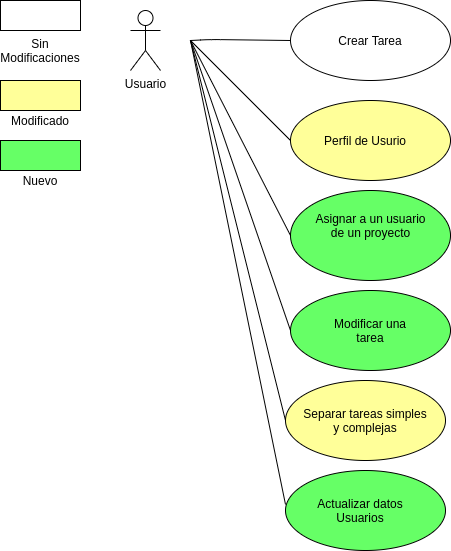
The draw.io diagram imagenes/Entrega2Caso.png in leadiaz/TTIP-TASKMAN-Documentation, before a commit. Source tidied: cells renumbered, new cells last; positions are measured from the earlier drawing's top-left corner, leaving out a move shared by most shapes. Its diagram source:
```xml
<mxGraphModel>
  <root>
    <mxCell id="0" />
    <mxCell id="1" parent="0" />
    <mxCell id="2" value="Usuario" style="shape=umlActor;verticalLabelPosition=bottom;verticalAlign=top;html=1;" parent="1" vertex="1">
      <mxGeometry x="130" y="10" width="30" height="60" as="geometry" />
    </mxCell>
    <mxCell id="3" style="ellipse;whiteSpace=wrap;html=1;fillColor=#FFFFFF;" parent="1" vertex="1">
      <mxGeometry x="290" width="160" height="80" as="geometry" />
    </mxCell>
    <mxCell id="4" style="ellipse;whiteSpace=wrap;html=1;fillColor=#FFFF99;" parent="1" vertex="1">
      <mxGeometry x="290" y="100" width="160" height="80" as="geometry" />
    </mxCell>
    <mxCell id="5" style="rounded=0;whiteSpace=wrap;html=1;strokeColor=#000000;fillColor=#FFFFFF;" parent="1" vertex="1">
      <mxGeometry width="80" height="30" as="geometry" />
    </mxCell>
    <mxCell id="6" style="rounded=0;whiteSpace=wrap;html=1;fillColor=#FFFF99;" parent="1" vertex="1">
      <mxGeometry y="80" width="80" height="30" as="geometry" />
    </mxCell>
    <mxCell id="7" style="rounded=0;whiteSpace=wrap;html=1;fillColor=#66FF66;" parent="1" vertex="1">
      <mxGeometry y="140" width="80" height="30" as="geometry" />
    </mxCell>
    <mxCell id="8" style="endArrow=none;html=1;entryX=0;entryY=0.5;entryDx=0;entryDy=0;" parent="1" edge="1" target="3">
      <mxGeometry relative="1" as="geometry">
        <mxPoint x="190" y="40" as="sourcePoint" />
        <Array as="points">
          <mxPoint x="210" y="39" />
        </Array>
      </mxGeometry>
    </mxCell>
    <mxCell id="9" style="endArrow=none;html=1;entryX=0;entryY=0.5;entryDx=0;entryDy=0;" parent="1" edge="1" target="4">
      <mxGeometry relative="1" as="geometry">
        <mxPoint x="190" y="40" as="sourcePoint" />
      </mxGeometry>
    </mxCell>
    <mxCell id="10" value="Nuevo" style="text;html=1;strokeColor=none;fillColor=none;align=center;verticalAlign=middle;whiteSpace=wrap;rounded=0;" parent="1" vertex="1">
      <mxGeometry x="15" y="170" width="50" height="20" as="geometry" />
    </mxCell>
    <mxCell id="11" value="Modificado" style="text;html=1;strokeColor=none;fillColor=none;align=center;verticalAlign=middle;whiteSpace=wrap;rounded=0;" parent="1" vertex="1">
      <mxGeometry x="20" y="110" width="40" height="20" as="geometry" />
    </mxCell>
    <mxCell id="12" value="Sin Modificaciones" style="text;html=1;strokeColor=none;fillColor=none;align=center;verticalAlign=middle;whiteSpace=wrap;rounded=0;" parent="1" vertex="1">
      <mxGeometry y="40" width="80" height="20" as="geometry" />
    </mxCell>
    <mxCell id="13" style="ellipse;whiteSpace=wrap;html=1;fillColor=#66FF66;" parent="1" vertex="1">
      <mxGeometry x="290" y="290" width="160" height="80" as="geometry" />
    </mxCell>
    <mxCell id="14" style="ellipse;whiteSpace=wrap;html=1;fillColor=#FFFF99;" parent="1" vertex="1">
      <mxGeometry x="285" y="380" width="160" height="80" as="geometry" />
    </mxCell>
    <mxCell id="15" style="endArrow=none;html=1;entryX=0;entryY=0.5;entryDx=0;entryDy=0;" parent="1" edge="1" target="13">
      <mxGeometry relative="1" as="geometry">
        <mxPoint x="190" y="40" as="sourcePoint" />
      </mxGeometry>
    </mxCell>
    <mxCell id="16" style="endArrow=none;html=1;entryX=0;entryY=0.5;entryDx=0;entryDy=0;" parent="1" edge="1" target="14">
      <mxGeometry relative="1" as="geometry">
        <mxPoint x="190" y="40" as="sourcePoint" />
      </mxGeometry>
    </mxCell>
    <mxCell id="17" value="Crear Tarea" style="text;html=1;strokeColor=none;fillColor=none;align=center;verticalAlign=middle;whiteSpace=wrap;rounded=0;" parent="1" vertex="1">
      <mxGeometry x="330" y="30" width="80" height="20" as="geometry" />
    </mxCell>
    <mxCell id="18" value="Perfil de Usurio" style="text;html=1;strokeColor=none;fillColor=none;align=center;verticalAlign=middle;whiteSpace=wrap;rounded=0;" parent="1" vertex="1">
      <mxGeometry x="310" y="130" width="110" height="20" as="geometry" />
    </mxCell>
    <mxCell id="19" style="ellipse;whiteSpace=wrap;html=1;strokeColor=#000000;fillColor=#66FF66;" parent="1" vertex="1">
      <mxGeometry x="290" y="190" width="160" height="90" as="geometry" />
    </mxCell>
    <mxCell id="20" value="Asignar a un usuario de un proyecto" style="text;html=1;strokeColor=none;fillColor=none;align=center;verticalAlign=middle;whiteSpace=wrap;rounded=0;" parent="1" vertex="1">
      <mxGeometry x="312.5" y="220" width="115" height="10" as="geometry" />
    </mxCell>
    <mxCell id="21" value="Modificar una tarea" style="text;html=1;strokeColor=none;fillColor=none;align=center;verticalAlign=middle;whiteSpace=wrap;rounded=0;" parent="1" vertex="1">
      <mxGeometry x="325" y="320" width="90" height="20" as="geometry" />
    </mxCell>
    <mxCell id="22" value="Separar tareas simples y complejas" style="text;html=1;strokeColor=none;fillColor=none;align=center;verticalAlign=middle;whiteSpace=wrap;rounded=0;" parent="1" vertex="1">
      <mxGeometry x="300" y="410" width="130" height="20" as="geometry" />
    </mxCell>
    <mxCell id="23" style="endArrow=none;html=1;entryX=0;entryY=0.5;entryDx=0;entryDy=0;" parent="1" edge="1" target="19">
      <mxGeometry relative="1" as="geometry">
        <mxPoint x="190" y="40" as="sourcePoint" />
      </mxGeometry>
    </mxCell>
    <mxCell id="24" style="ellipse;whiteSpace=wrap;html=1;fillColor=#66FF66;" parent="1" vertex="1">
      <mxGeometry x="285" y="470" width="160" height="80" as="geometry" />
    </mxCell>
    <mxCell id="25" value="Actualizar datos Usuarios" style="text;html=1;strokeColor=none;fillColor=none;align=center;verticalAlign=middle;whiteSpace=wrap;rounded=0;" parent="1" vertex="1">
      <mxGeometry x="305" y="500" width="110" height="20" as="geometry" />
    </mxCell>
    <mxCell id="26" style="endArrow=none;html=1;entryX=0;entryY=0.425;entryDx=0;entryDy=0;entryPerimeter=0;" parent="1" edge="1" target="24">
      <mxGeometry relative="1" as="geometry">
        <mxPoint x="190" y="40" as="sourcePoint" />
      </mxGeometry>
    </mxCell>
  </root>
</mxGraphModel>
```
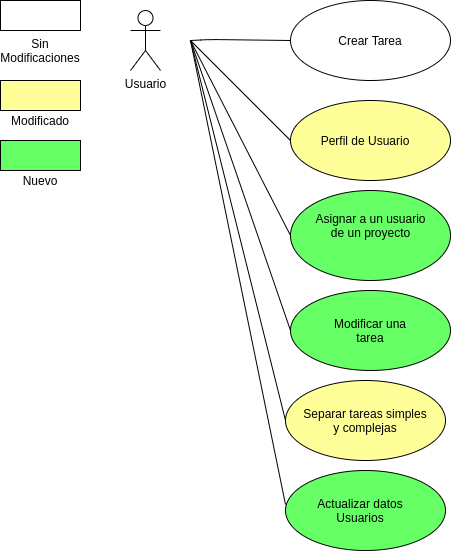
Later version of the same file.

Commit message:
fix caso de uso

Diff of the diagram source:
```diff
@@ -20,19 +20,19 @@
     <mxCell id="7" style="rounded=0;whiteSpace=wrap;html=1;fillColor=#66FF66;" parent="1" vertex="1">
       <mxGeometry y="140" width="80" height="30" as="geometry" />
     </mxCell>
-    <mxCell id="8" style="endArrow=none;html=1;entryX=0;entryY=0.5;entryDx=0;entryDy=0;" parent="1" edge="1" target="3">
-      <mxGeometry relative="1" as="geometry">
-        <mxPoint x="190" y="40" as="sourcePoint" />
-        <Array as="points">
-          <mxPoint x="210" y="39" />
-        </Array>
-      </mxGeometry>
-    </mxCell>
-    <mxCell id="9" style="endArrow=none;html=1;entryX=0;entryY=0.5;entryDx=0;entryDy=0;" parent="1" edge="1" target="4">
-      <mxGeometry relative="1" as="geometry">
-        <mxPoint x="190" y="40" as="sourcePoint" />
-      </mxGeometry>
-    </mxCell>
+    <mxCell id="27" style="endArrow=none;html=1;entryX=0;entryY=0.5;entryDx=0;entryDy=0;" parent="1" edge="1" target="3">
+      <mxGeometry relative="1" as="geometry">
+        <mxPoint x="190" y="40" as="sourcePoint" />
+        <Array as="points">
+          <mxPoint x="210" y="39" />
+        </Array>
+      </mxGeometry>
+    </mxCell>
+    <mxCell id="28" style="endArrow=none;html=1;entryX=0;entryY=0.5;entryDx=0;entryDy=0;" parent="1" edge="1" target="4">
+      <mxGeometry relative="1" as="geometry">
+        <mxPoint x="190" y="40" as="sourcePoint" />
+      </mxGeometry>
+    </mxCell>
     <mxCell id="10" value="Nuevo" style="text;html=1;strokeColor=none;fillColor=none;align=center;verticalAlign=middle;whiteSpace=wrap;rounded=0;" parent="1" vertex="1">
       <mxGeometry x="15" y="170" width="50" height="20" as="geometry" />
     </mxCell>
@@ -48,22 +48,22 @@
     <mxCell id="14" style="ellipse;whiteSpace=wrap;html=1;fillColor=#FFFF99;" parent="1" vertex="1">
       <mxGeometry x="285" y="380" width="160" height="80" as="geometry" />
     </mxCell>
-    <mxCell id="15" style="endArrow=none;html=1;entryX=0;entryY=0.5;entryDx=0;entryDy=0;" parent="1" edge="1" target="13">
-      <mxGeometry relative="1" as="geometry">
-        <mxPoint x="190" y="40" as="sourcePoint" />
-      </mxGeometry>
-    </mxCell>
-    <mxCell id="16" style="endArrow=none;html=1;entryX=0;entryY=0.5;entryDx=0;entryDy=0;" parent="1" edge="1" target="14">
-      <mxGeometry relative="1" as="geometry">
-        <mxPoint x="190" y="40" as="sourcePoint" />
-      </mxGeometry>
-    </mxCell>
+    <mxCell id="29" style="endArrow=none;html=1;entryX=0;entryY=0.5;entryDx=0;entryDy=0;" parent="1" edge="1" target="13">
+      <mxGeometry relative="1" as="geometry">
+        <mxPoint x="190" y="40" as="sourcePoint" />
+      </mxGeometry>
+    </mxCell>
+    <mxCell id="30" style="endArrow=none;html=1;entryX=0;entryY=0.5;entryDx=0;entryDy=0;" parent="1" edge="1" target="14">
+      <mxGeometry relative="1" as="geometry">
+        <mxPoint x="190" y="40" as="sourcePoint" />
+      </mxGeometry>
+    </mxCell>
     <mxCell id="17" value="Crear Tarea" style="text;html=1;strokeColor=none;fillColor=none;align=center;verticalAlign=middle;whiteSpace=wrap;rounded=0;" parent="1" vertex="1">
       <mxGeometry x="330" y="30" width="80" height="20" as="geometry" />
     </mxCell>
-    <mxCell id="18" value="Perfil de Usurio" style="text;html=1;strokeColor=none;fillColor=none;align=center;verticalAlign=middle;whiteSpace=wrap;rounded=0;" parent="1" vertex="1">
-      <mxGeometry x="310" y="130" width="110" height="20" as="geometry" />
-    </mxCell>
+    <mxCell id="31" value="Perfil de Usuario" style="text;html=1;strokeColor=none;fillColor=none;align=center;verticalAlign=middle;whiteSpace=wrap;rounded=0;" parent="1" vertex="1">
+      <mxGeometry x="310" y="130" width="110" height="20" as="geometry" />
+    </mxCell>
     <mxCell id="19" style="ellipse;whiteSpace=wrap;html=1;strokeColor=#000000;fillColor=#66FF66;" parent="1" vertex="1">
       <mxGeometry x="290" y="190" width="160" height="90" as="geometry" />
     </mxCell>
@@ -76,21 +76,21 @@
     <mxCell id="22" value="Separar tareas simples y complejas" style="text;html=1;strokeColor=none;fillColor=none;align=center;verticalAlign=middle;whiteSpace=wrap;rounded=0;" parent="1" vertex="1">
       <mxGeometry x="300" y="410" width="130" height="20" as="geometry" />
     </mxCell>
-    <mxCell id="23" style="endArrow=none;html=1;entryX=0;entryY=0.5;entryDx=0;entryDy=0;" parent="1" edge="1" target="19">
-      <mxGeometry relative="1" as="geometry">
-        <mxPoint x="190" y="40" as="sourcePoint" />
-      </mxGeometry>
-    </mxCell>
+    <mxCell id="32" style="endArrow=none;html=1;entryX=0;entryY=0.5;entryDx=0;entryDy=0;" parent="1" edge="1" target="19">
+      <mxGeometry relative="1" as="geometry">
+        <mxPoint x="190" y="40" as="sourcePoint" />
+      </mxGeometry>
+    </mxCell>
     <mxCell id="24" style="ellipse;whiteSpace=wrap;html=1;fillColor=#66FF66;" parent="1" vertex="1">
       <mxGeometry x="285" y="470" width="160" height="80" as="geometry" />
     </mxCell>
     <mxCell id="25" value="Actualizar datos Usuarios" style="text;html=1;strokeColor=none;fillColor=none;align=center;verticalAlign=middle;whiteSpace=wrap;rounded=0;" parent="1" vertex="1">
       <mxGeometry x="305" y="500" width="110" height="20" as="geometry" />
     </mxCell>
-    <mxCell id="26" style="endArrow=none;html=1;entryX=0;entryY=0.425;entryDx=0;entryDy=0;entryPerimeter=0;" parent="1" edge="1" target="24">
-      <mxGeometry relative="1" as="geometry">
-        <mxPoint x="190" y="40" as="sourcePoint" />
-      </mxGeometry>
-    </mxCell>
+    <mxCell id="33" style="endArrow=none;html=1;entryX=0;entryY=0.425;entryDx=0;entryDy=0;entryPerimeter=0;" parent="1" edge="1" target="24">
+      <mxGeometry relative="1" as="geometry">
+        <mxPoint x="190" y="40" as="sourcePoint" />
+      </mxGeometry>
+    </mxCell>
   </root>
 </mxGraphModel>
```
